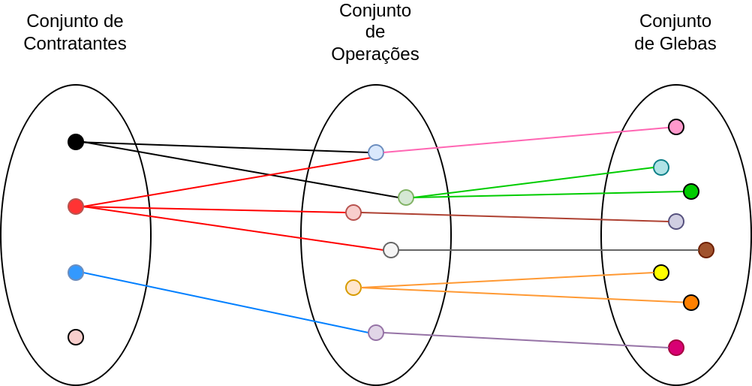
Earlier version of the draw.io export _images/cardinalidade-er.png (geo-credito-rural/geo-credito-rural.github.io). Source tidied: cells renumbered, new cells last; positions are measured from the earlier drawing's top-left corner, leaving out a move shared by most shapes. The source it was exported from:
```xml
<mxGraphModel>
  <root>
    <mxCell id="0" />
    <mxCell id="1" parent="0" />
    <mxCell id="2" style="ellipse;whiteSpace=wrap;html=1;" parent="1" vertex="1">
      <mxGeometry y="50" width="100" height="200" as="geometry" />
    </mxCell>
    <mxCell id="3" style="ellipse;whiteSpace=wrap;html=1;" parent="1" vertex="1">
      <mxGeometry x="200" y="50" width="100" height="200" as="geometry" />
    </mxCell>
    <mxCell id="4" style="edgeStyle=none;rounded=0;jettySize=auto;html=1;entryX=0;entryY=0.5;entryDx=0;entryDy=0;endArrow=none;endFill=0;" parent="1" edge="1" source="6" target="13">
      <mxGeometry relative="1" as="geometry" />
    </mxCell>
    <mxCell id="5" style="edgeStyle=none;rounded=0;jettySize=auto;html=1;exitX=1;exitY=0.5;exitDx=0;exitDy=0;entryX=0;entryY=0.5;entryDx=0;entryDy=0;endArrow=none;endFill=0;" parent="1" edge="1" source="6" target="17">
      <mxGeometry relative="1" as="geometry" />
    </mxCell>
    <mxCell id="6" style="ellipse;whiteSpace=wrap;html=1;labelBackgroundColor=none;fillColor=#000000;" parent="1" vertex="1">
      <mxGeometry x="45" y="83" width="10" height="10" as="geometry" />
    </mxCell>
    <mxCell id="7" style="edgeStyle=none;rounded=0;jettySize=auto;html=1;exitX=1;exitY=0.5;exitDx=0;exitDy=0;entryX=0;entryY=1;entryDx=0;entryDy=0;endArrow=none;endFill=0;strokeColor=#FF0000;" parent="1" edge="1" source="10" target="13">
      <mxGeometry relative="1" as="geometry" />
    </mxCell>
    <mxCell id="8" style="edgeStyle=none;rounded=0;jettySize=auto;html=1;entryX=0;entryY=0.5;entryDx=0;entryDy=0;endArrow=none;endFill=0;strokeColor=#FF0000;" parent="1" edge="1" source="10" target="14">
      <mxGeometry relative="1" as="geometry" />
    </mxCell>
    <mxCell id="9" style="edgeStyle=none;rounded=0;jettySize=auto;html=1;exitX=1;exitY=0.5;exitDx=0;exitDy=0;entryX=0;entryY=0.5;entryDx=0;entryDy=0;endArrow=none;endFill=0;strokeColor=#FF0000;" parent="1" edge="1" source="10" target="15">
      <mxGeometry relative="1" as="geometry" />
    </mxCell>
    <mxCell id="10" style="ellipse;whiteSpace=wrap;html=1;labelBackgroundColor=none;fillColor=#FF3333;strokeColor=#b85450;" parent="1" vertex="1">
      <mxGeometry x="45" y="126" width="10" height="10" as="geometry" />
    </mxCell>
    <mxCell id="11" style="edgeStyle=none;rounded=0;jettySize=auto;html=1;exitX=1;exitY=0.5;exitDx=0;exitDy=0;entryX=0;entryY=0.5;entryDx=0;entryDy=0;endArrow=none;endFill=0;strokeColor=#007FFF;" parent="1" edge="1" source="12" target="18">
      <mxGeometry relative="1" as="geometry" />
    </mxCell>
    <mxCell id="12" style="ellipse;whiteSpace=wrap;html=1;labelBackgroundColor=none;fillColor=#3399FF;strokeColor=#6c8ebf;" parent="1" vertex="1">
      <mxGeometry x="45" y="170" width="10" height="10" as="geometry" />
    </mxCell>
    <mxCell id="13" style="ellipse;whiteSpace=wrap;html=1;labelBackgroundColor=none;fillColor=#dae8fc;strokeColor=#6c8ebf;" parent="1" vertex="1">
      <mxGeometry x="245" y="90" width="10" height="10" as="geometry" />
    </mxCell>
    <mxCell id="14" style="ellipse;whiteSpace=wrap;html=1;labelBackgroundColor=none;fillColor=#f8cecc;strokeColor=#b85450;" parent="1" vertex="1">
      <mxGeometry x="230" y="130" width="10" height="10" as="geometry" />
    </mxCell>
    <mxCell id="15" style="ellipse;whiteSpace=wrap;html=1;labelBackgroundColor=none;fillColor=#f5f5f5;strokeColor=#666666;fontColor=#333333;" parent="1" vertex="1">
      <mxGeometry x="255" y="155" width="10" height="10" as="geometry" />
    </mxCell>
    <mxCell id="16" style="ellipse;whiteSpace=wrap;html=1;labelBackgroundColor=none;fillColor=#ffe6cc;strokeColor=#d79b00;" parent="1" vertex="1">
      <mxGeometry x="230" y="180" width="10" height="10" as="geometry" />
    </mxCell>
    <mxCell id="17" style="ellipse;whiteSpace=wrap;html=1;labelBackgroundColor=none;fillColor=#d5e8d4;strokeColor=#82b366;" parent="1" vertex="1">
      <mxGeometry x="265" y="120" width="10" height="10" as="geometry" />
    </mxCell>
    <mxCell id="18" style="ellipse;whiteSpace=wrap;html=1;labelBackgroundColor=none;fillColor=#e1d5e7;strokeColor=#9673a6;" parent="1" vertex="1">
      <mxGeometry x="245" y="210" width="10" height="10" as="geometry" />
    </mxCell>
    <mxCell id="19" value="Conjunto de Contratantes" style="text;html=1;strokeColor=none;fillColor=none;align=center;verticalAlign=middle;whiteSpace=wrap;rounded=0;labelBackgroundColor=none;" parent="1" vertex="1">
      <mxGeometry x="20" width="60" height="30" as="geometry" />
    </mxCell>
    <mxCell id="20" value="Conjunto de Operações" style="text;html=1;strokeColor=none;fillColor=none;align=center;verticalAlign=middle;whiteSpace=wrap;rounded=0;labelBackgroundColor=none;" parent="1" vertex="1">
      <mxGeometry x="220" width="60" height="30" as="geometry" />
    </mxCell>
    <mxCell id="21" style="ellipse;whiteSpace=wrap;html=1;labelBackgroundColor=none;fillColor=#F8CECC;" parent="1" vertex="1">
      <mxGeometry x="45" y="213" width="10" height="10" as="geometry" />
    </mxCell>
    <mxCell id="22" style="ellipse;whiteSpace=wrap;html=1;" parent="1" vertex="1">
      <mxGeometry x="400" y="50" width="100" height="200" as="geometry" />
    </mxCell>
    <mxCell id="23" style="edgeStyle=none;rounded=0;jettySize=auto;html=1;entryX=1;entryY=0.5;entryDx=0;entryDy=0;endArrow=none;endFill=0;strokeColor=#FF66B3;" parent="1" edge="1" source="24" target="13">
      <mxGeometry relative="1" as="geometry" />
    </mxCell>
    <mxCell id="24" style="ellipse;whiteSpace=wrap;html=1;labelBackgroundColor=none;fillColor=#FF99CC;" parent="1" vertex="1">
      <mxGeometry x="445" y="73" width="10" height="10" as="geometry" />
    </mxCell>
    <mxCell id="25" style="edgeStyle=none;rounded=0;jettySize=auto;html=1;exitX=0;exitY=0.5;exitDx=0;exitDy=0;entryX=1;entryY=0.5;entryDx=0;entryDy=0;endArrow=none;endFill=0;strokeColor=#00CC00;" parent="1" edge="1" source="26" target="17">
      <mxGeometry relative="1" as="geometry" />
    </mxCell>
    <mxCell id="26" style="ellipse;whiteSpace=wrap;html=1;labelBackgroundColor=none;fillColor=#00CC00;" parent="1" vertex="1">
      <mxGeometry x="455" y="116" width="10" height="10" as="geometry" />
    </mxCell>
    <mxCell id="27" style="edgeStyle=none;rounded=0;jettySize=auto;html=1;entryX=1;entryY=0.5;entryDx=0;entryDy=0;endArrow=none;endFill=0;strokeColor=#FF9933;" parent="1" edge="1" source="28" target="16">
      <mxGeometry relative="1" as="geometry" />
    </mxCell>
    <mxCell id="28" style="ellipse;whiteSpace=wrap;html=1;labelBackgroundColor=none;fillColor=#FF8000;" parent="1" vertex="1">
      <mxGeometry x="455" y="190" width="10" height="10" as="geometry" />
    </mxCell>
    <mxCell id="29" value="Conjunto de Glebas" style="text;html=1;strokeColor=none;fillColor=none;align=center;verticalAlign=middle;whiteSpace=wrap;rounded=0;labelBackgroundColor=none;" parent="1" vertex="1">
      <mxGeometry x="420" width="60" height="30" as="geometry" />
    </mxCell>
    <mxCell id="30" style="ellipse;whiteSpace=wrap;html=1;labelBackgroundColor=none;fillColor=#FFFF00;" parent="1" vertex="1">
      <mxGeometry x="435" y="170" width="10" height="10" as="geometry" />
    </mxCell>
    <mxCell id="31" style="edgeStyle=none;rounded=0;jettySize=auto;html=1;entryX=1;entryY=0.5;entryDx=0;entryDy=0;endArrow=none;endFill=0;strokeColor=#FF9933;exitX=0;exitY=0.5;exitDx=0;exitDy=0;" parent="1" edge="1" source="30" target="16">
      <mxGeometry relative="1" as="geometry" />
    </mxCell>
    <mxCell id="32" style="ellipse;whiteSpace=wrap;html=1;labelBackgroundColor=none;fillColor=#d80073;strokeColor=#A50040;fontColor=#ffffff;" parent="1" vertex="1">
      <mxGeometry x="445" y="220" width="10" height="10" as="geometry" />
    </mxCell>
    <mxCell id="33" style="edgeStyle=none;rounded=0;jettySize=auto;html=1;entryX=1;entryY=0.5;entryDx=0;entryDy=0;endArrow=none;endFill=0;strokeColor=#9673a6;exitX=0;exitY=0.5;exitDx=0;exitDy=0;fillColor=#e1d5e7;" parent="1" edge="1" source="32" target="18">
      <mxGeometry relative="1" as="geometry" />
    </mxCell>
    <mxCell id="34" style="ellipse;whiteSpace=wrap;html=1;labelBackgroundColor=none;fillColor=#a0522d;fontColor=#ffffff;strokeColor=#6D1F00;" parent="1" vertex="1">
      <mxGeometry x="465" y="155" width="10" height="10" as="geometry" />
    </mxCell>
    <mxCell id="35" style="edgeStyle=none;rounded=0;jettySize=auto;html=1;entryX=1;entryY=0.5;entryDx=0;entryDy=0;endArrow=none;endFill=0;strokeColor=#666666;exitX=0;exitY=0.5;exitDx=0;exitDy=0;fillColor=#f5f5f5;" parent="1" edge="1" source="34" target="15">
      <mxGeometry relative="1" as="geometry" />
    </mxCell>
    <mxCell id="36" style="ellipse;whiteSpace=wrap;html=1;labelBackgroundColor=none;fillColor=#b0e3e6;strokeColor=#0e8088;" parent="1" vertex="1">
      <mxGeometry x="435" y="100" width="10" height="10" as="geometry" />
    </mxCell>
    <mxCell id="37" style="ellipse;whiteSpace=wrap;html=1;labelBackgroundColor=none;fillColor=#d0cee2;strokeColor=#56517e;" parent="1" vertex="1">
      <mxGeometry x="445" y="136" width="10" height="10" as="geometry" />
    </mxCell>
    <mxCell id="38" style="edgeStyle=none;rounded=0;jettySize=auto;html=1;exitX=0;exitY=0.5;exitDx=0;exitDy=0;entryX=1;entryY=0.5;entryDx=0;entryDy=0;endArrow=none;endFill=0;strokeColor=#ae4132;fillColor=#fad9d5;" parent="1" edge="1" source="37" target="14">
      <mxGeometry relative="1" as="geometry" />
    </mxCell>
    <mxCell id="39" style="edgeStyle=none;rounded=0;jettySize=auto;html=1;exitX=0;exitY=0.5;exitDx=0;exitDy=0;entryX=1;entryY=0.5;entryDx=0;entryDy=0;endArrow=none;endFill=0;strokeColor=#00CC00;" parent="1" edge="1" source="36" target="17">
      <mxGeometry relative="1" as="geometry" />
    </mxCell>
  </root>
</mxGraphModel>
```
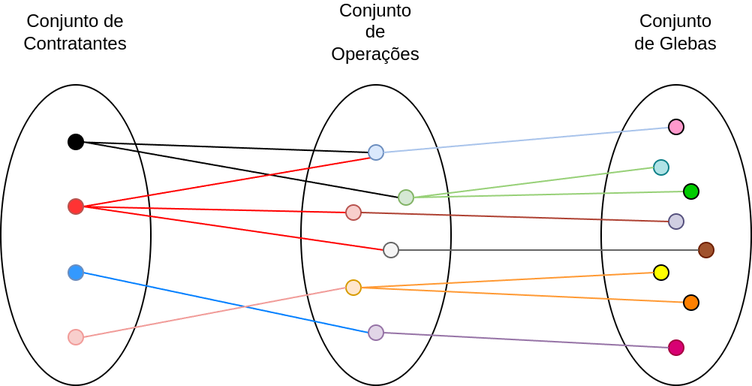
The same diagram one commit later.

Diff of the diagram source:
```diff
@@ -59,19 +59,19 @@
     <mxCell id="20" value="Conjunto de Operações" style="text;html=1;strokeColor=none;fillColor=none;align=center;verticalAlign=middle;whiteSpace=wrap;rounded=0;labelBackgroundColor=none;" parent="1" vertex="1">
       <mxGeometry x="220" width="60" height="30" as="geometry" />
     </mxCell>
-    <mxCell id="21" style="ellipse;whiteSpace=wrap;html=1;labelBackgroundColor=none;fillColor=#F8CECC;" parent="1" vertex="1">
+    <mxCell id="21" style="ellipse;whiteSpace=wrap;html=1;labelBackgroundColor=none;fillColor=#F8CECC;strokeColor=#F19C99;" parent="1" vertex="1">
       <mxGeometry x="45" y="213" width="10" height="10" as="geometry" />
     </mxCell>
     <mxCell id="22" style="ellipse;whiteSpace=wrap;html=1;" parent="1" vertex="1">
       <mxGeometry x="400" y="50" width="100" height="200" as="geometry" />
     </mxCell>
-    <mxCell id="23" style="edgeStyle=none;rounded=0;jettySize=auto;html=1;entryX=1;entryY=0.5;entryDx=0;entryDy=0;endArrow=none;endFill=0;strokeColor=#FF66B3;" parent="1" edge="1" source="24" target="13">
+    <mxCell id="23" style="edgeStyle=none;rounded=0;jettySize=auto;html=1;entryX=1;entryY=0.5;entryDx=0;entryDy=0;endArrow=none;endFill=0;strokeColor=#A9C4EB;fillColor=#cce5ff;" parent="1" edge="1" source="24" target="13">
       <mxGeometry relative="1" as="geometry" />
     </mxCell>
     <mxCell id="24" style="ellipse;whiteSpace=wrap;html=1;labelBackgroundColor=none;fillColor=#FF99CC;" parent="1" vertex="1">
       <mxGeometry x="445" y="73" width="10" height="10" as="geometry" />
     </mxCell>
-    <mxCell id="25" style="edgeStyle=none;rounded=0;jettySize=auto;html=1;exitX=0;exitY=0.5;exitDx=0;exitDy=0;entryX=1;entryY=0.5;entryDx=0;entryDy=0;endArrow=none;endFill=0;strokeColor=#00CC00;" parent="1" edge="1" source="26" target="17">
+    <mxCell id="25" style="edgeStyle=none;rounded=0;jettySize=auto;html=1;exitX=0;exitY=0.5;exitDx=0;exitDy=0;entryX=1;entryY=0.5;entryDx=0;entryDy=0;endArrow=none;endFill=0;strokeColor=#97D077;" parent="1" edge="1" source="26" target="17">
       <mxGeometry relative="1" as="geometry" />
     </mxCell>
     <mxCell id="26" style="ellipse;whiteSpace=wrap;html=1;labelBackgroundColor=none;fillColor=#00CC00;" parent="1" vertex="1">
@@ -113,8 +113,11 @@
     <mxCell id="38" style="edgeStyle=none;rounded=0;jettySize=auto;html=1;exitX=0;exitY=0.5;exitDx=0;exitDy=0;entryX=1;entryY=0.5;entryDx=0;entryDy=0;endArrow=none;endFill=0;strokeColor=#ae4132;fillColor=#fad9d5;" parent="1" edge="1" source="37" target="14">
       <mxGeometry relative="1" as="geometry" />
     </mxCell>
-    <mxCell id="39" style="edgeStyle=none;rounded=0;jettySize=auto;html=1;exitX=0;exitY=0.5;exitDx=0;exitDy=0;entryX=1;entryY=0.5;entryDx=0;entryDy=0;endArrow=none;endFill=0;strokeColor=#00CC00;" parent="1" edge="1" source="36" target="17">
+    <mxCell id="39" style="edgeStyle=none;rounded=0;jettySize=auto;html=1;exitX=0;exitY=0.5;exitDx=0;exitDy=0;entryX=1;entryY=0.5;entryDx=0;entryDy=0;endArrow=none;endFill=0;strokeColor=#97D077;" parent="1" edge="1" source="36" target="17">
       <mxGeometry relative="1" as="geometry" />
     </mxCell>
+    <mxCell id="40" style="edgeStyle=none;rounded=0;jettySize=auto;html=1;exitX=1;exitY=0.5;exitDx=0;exitDy=0;entryX=0;entryY=0.5;entryDx=0;entryDy=0;endArrow=none;endFill=0;strokeColor=#F19C99;fillColor=#ffcccc;" parent="1" edge="1" source="21" target="16">
+      <mxGeometry relative="1" as="geometry" />
+    </mxCell>
   </root>
 </mxGraphModel>
```
